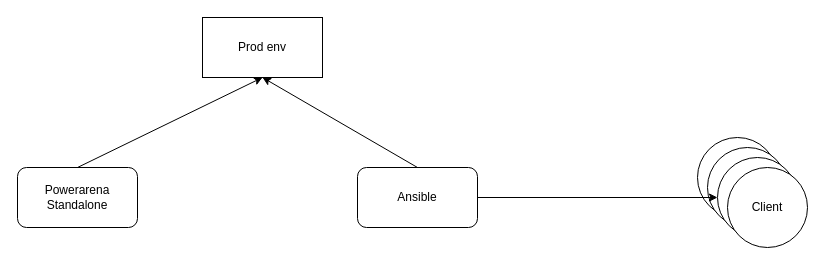
Before: OperationWorkflow.drawio in QAlexBall/diagrams, a draw.io diagram. Source tidied: cells renumbered, new cells numbered last; positions are measured from the earlier drawing's top-left corner, leaving out a move shared by most shapes. Both pictures are drawn from the tidied source at 100%, with x=0, y=0 at pixel (17, 17).
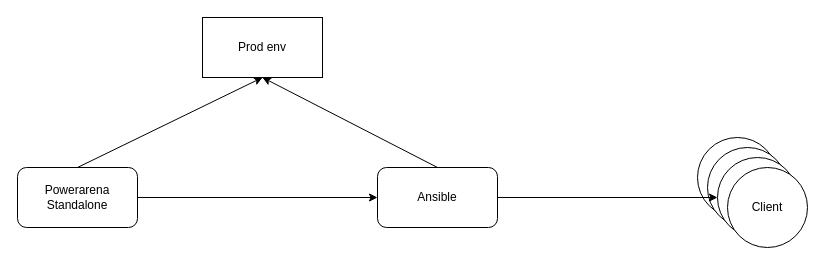
The same diagram, later.

Change to the diagram source:
```diff
@@
 <mxGraphModel>
   <root>
     <mxCell id="0" />
     <mxCell id="1" parent="0" />
     <mxCell id="2" value="Powerarena Standalone" style="rounded=1;whiteSpace=wrap;html=1;" parent="1" vertex="1">
       <mxGeometry y="150" width="120" height="60" as="geometry" />
     </mxCell>
     <mxCell id="3" value="Ansible" style="rounded=1;whiteSpace=wrap;html=1;" parent="1" vertex="1">
-      <mxGeometry x="340" y="150" width="120" height="60" as="geometry" />
+      <mxGeometry x="360" y="150" width="120" height="60" as="geometry" />
     </mxCell>
     <mxCell id="4" style="endArrow=classic;html=1;rounded=0;exitX=0.5;exitY=0;exitDx=0;exitDy=0;entryX=0.5;entryY=1;entryDx=0;entryDy=0;" parent="1" edge="1" source="3" target="6">
       <mxGeometry relative="1" as="geometry" />
     </mxCell>
     <mxCell id="5" style="endArrow=classic;html=1;rounded=0;exitX=0.5;exitY=0;exitDx=0;exitDy=0;entryX=0.5;entryY=1;entryDx=0;entryDy=0;" parent="1" edge="1" source="2" target="6">
       <mxGeometry relative="1" as="geometry" />
     </mxCell>
     <mxCell id="6" value="Prod env" style="rounded=0;whiteSpace=wrap;html=1;" parent="1" vertex="1">
       <mxGeometry x="185" width="120" height="60" as="geometry" />
     </mxCell>
     <mxCell id="7" style="group;" parent="1" vertex="1">
       <mxGeometry x="680" y="120" width="110" height="110" as="geometry" />
     </mxCell>
     <mxCell id="8" style="ellipse;whiteSpace=wrap;html=1;gradientColor=none;" parent="7" vertex="1">
       <mxGeometry width="80" height="80" as="geometry" />
     </mxCell>
     <mxCell id="9" style="ellipse;whiteSpace=wrap;html=1;gradientColor=none;" parent="7" vertex="1">
       <mxGeometry x="10" y="10" width="80" height="80" as="geometry" />
     </mxCell>
     <mxCell id="10" style="ellipse;whiteSpace=wrap;html=1;gradientColor=none;" parent="7" vertex="1">
       <mxGeometry x="20" y="20" width="80" height="80" as="geometry" />
     </mxCell>
     <mxCell id="11" value="Client" style="ellipse;whiteSpace=wrap;html=1;gradientColor=none;" parent="7" vertex="1">
       <mxGeometry x="30" y="30" width="80" height="80" as="geometry" />
     </mxCell>
     <mxCell id="12" style="endArrow=classic;html=1;rounded=0;exitX=1;exitY=0.5;exitDx=0;exitDy=0;entryX=0;entryY=0.5;entryDx=0;entryDy=0;" parent="1" edge="1" source="3" target="10">
       <mxGeometry relative="1" as="geometry" />
     </mxCell>
+    <mxCell id="13" style="endArrow=classic;html=1;rounded=0;exitX=1;exitY=0.5;exitDx=0;exitDy=0;entryX=0;entryY=0.5;entryDx=0;entryDy=0;" parent="1" edge="1" source="2" target="3">
+      <mxGeometry relative="1" as="geometry" />
+    </mxCell>
   </root>
 </mxGraphModel>
```
